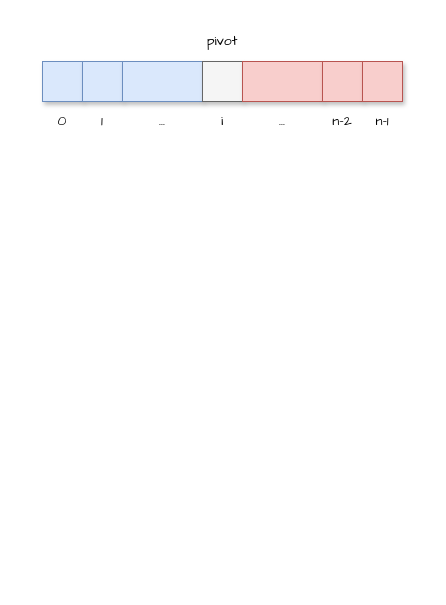
Above: draw.io/数组中的第K个最大元素.drawio in goldknife6/algorithm (draw.io), before the change. Source tidied: cells renumbered, new cells numbered last; positions are measured from the earlier drawing's top-left corner, leaving out a move shared by most shapes. Both pictures are drawn from the tidied source at 100%, with x=0, y=0 at pixel (42, 21).
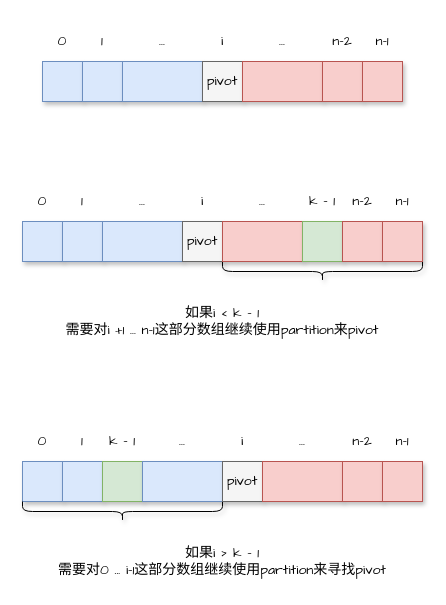
The same page after the edit.

Commit message (it also covers changes not shown here):
更新数组中的第K个最大元素.drawio

The edit, as a diff of the source:
```diff
@@
+    <mxCell id="17" style="rounded=0;whiteSpace=wrap;html=1;fillColor=#dae8fc;strokeColor=#6c8ebf;shadow=1;" parent="1" vertex="1">
+      <mxGeometry x="-20" y="440" width="40" height="40" as="geometry" />
+    </mxCell>
+    <mxCell id="18" style="rounded=0;whiteSpace=wrap;html=1;fillColor=#dae8fc;strokeColor=#6c8ebf;shadow=1;" parent="1" vertex="1">
+      <mxGeometry x="20" y="440" width="40" height="40" as="geometry" />
+    </mxCell>
+    <mxCell id="19" style="rounded=0;whiteSpace=wrap;html=1;fillColor=#d5e8d4;strokeColor=#82b366;shadow=1;" parent="1" vertex="1">
+      <mxGeometry x="60" y="440" width="40" height="40" as="geometry" />
+    </mxCell>
@@
-    <mxCell id="3" value="&lt;div class=&quot;okr-block-clipboard&quot;&gt;&lt;/div&gt;&lt;div&gt;&lt;font face=&quot;Comic Sans MS&quot; style=&quot;font-size: 14px&quot;&gt;pivot&lt;/font&gt;&lt;/div&gt;" style="text;html=1;strokeColor=none;fillColor=none;align=center;verticalAlign=middle;whiteSpace=wrap;rounded=0;shadow=1;" parent="1" vertex="1">
-      <mxGeometry x="160" width="40" height="40" as="geometry" />
-    </mxCell>
@@
     <mxCell id="10" value="0" style="text;html=1;strokeColor=none;fillColor=none;align=center;verticalAlign=middle;whiteSpace=wrap;rounded=0;shadow=1;fontFamily=Comic Sans MS;fontSize=14;" parent="1" vertex="1">
-      <mxGeometry y="80" width="40" height="40" as="geometry" />
+      <mxGeometry width="40" height="40" as="geometry" />
     </mxCell>
     <mxCell id="11" value="1" style="text;html=1;strokeColor=none;fillColor=none;align=center;verticalAlign=middle;whiteSpace=wrap;rounded=0;shadow=1;fontFamily=Comic Sans MS;fontSize=14;" parent="1" vertex="1">
-      <mxGeometry x="40" y="80" width="40" height="40" as="geometry" />
+      <mxGeometry x="40" width="40" height="40" as="geometry" />
     </mxCell>
     <mxCell id="12" value="..." style="text;html=1;strokeColor=none;fillColor=none;align=center;verticalAlign=middle;whiteSpace=wrap;rounded=0;shadow=1;fontFamily=Comic Sans MS;fontSize=14;" parent="1" vertex="1">
-      <mxGeometry x="80" y="80" width="80" height="40" as="geometry" />
+      <mxGeometry x="80" width="80" height="40" as="geometry" />
     </mxCell>
     <mxCell id="13" value="i" style="text;html=1;strokeColor=none;fillColor=none;align=center;verticalAlign=middle;whiteSpace=wrap;rounded=0;shadow=1;fontFamily=Comic Sans MS;fontSize=14;" parent="1" vertex="1">
-      <mxGeometry x="160" y="80" width="40" height="40" as="geometry" />
+      <mxGeometry x="160" width="40" height="40" as="geometry" />
     </mxCell>
     <mxCell id="14" value="..." style="text;html=1;strokeColor=none;fillColor=none;align=center;verticalAlign=middle;whiteSpace=wrap;rounded=0;shadow=1;fontFamily=Comic Sans MS;fontSize=14;" parent="1" vertex="1">
-      <mxGeometry x="200" y="80" width="80" height="40" as="geometry" />
+      <mxGeometry x="200" width="80" height="40" as="geometry" />
     </mxCell>
     <mxCell id="15" value="n-2" style="text;html=1;strokeColor=none;fillColor=none;align=center;verticalAlign=middle;whiteSpace=wrap;rounded=0;shadow=1;fontFamily=Comic Sans MS;fontSize=14;" parent="1" vertex="1">
-      <mxGeometry x="280" y="80" width="40" height="40" as="geometry" />
+      <mxGeometry x="280" width="40" height="40" as="geometry" />
     </mxCell>
     <mxCell id="16" value="n-1" style="text;html=1;strokeColor=none;fillColor=none;align=center;verticalAlign=middle;whiteSpace=wrap;rounded=0;shadow=1;fontFamily=Comic Sans MS;fontSize=14;" parent="1" vertex="1">
-      <mxGeometry x="320" y="80" width="40" height="40" as="geometry" />
+      <mxGeometry x="320" width="40" height="40" as="geometry" />
     </mxCell>
+    <mxCell id="3" value="&lt;div class=&quot;okr-block-clipboard&quot;&gt;&lt;/div&gt;&lt;div&gt;&lt;font face=&quot;Comic Sans MS&quot; style=&quot;font-size: 14px&quot;&gt;pivot&lt;/font&gt;&lt;/div&gt;" style="text;html=1;strokeColor=none;fillColor=none;align=center;verticalAlign=middle;whiteSpace=wrap;rounded=0;shadow=1;" parent="1" vertex="1">
+      <mxGeometry x="160" y="40" width="40" height="40" as="geometry" />
+    </mxCell>
+    <mxCell id="20" style="shape=curlyBracket;whiteSpace=wrap;html=1;rounded=1;shadow=1;fontFamily=Comic Sans MS;fontSize=14;rotation=-90;" parent="1" vertex="1">
+      <mxGeometry x="270" y="150" width="20" height="200" as="geometry" />
+    </mxCell>
+    <mxCell id="21" value="如果i &amp;lt; k - 1&lt;br&gt;需要对i +1 ... n-1这部分数组继续使用&lt;span&gt;partition来&lt;/span&gt;pivot&lt;div class=&quot;okr-block-clipboard&quot;&gt;&lt;/div&gt;" style="text;html=1;strokeColor=none;fillColor=none;align=center;verticalAlign=middle;whiteSpace=wrap;rounded=0;shadow=1;fontFamily=Comic Sans MS;fontSize=14;" parent="1" vertex="1">
+      <mxGeometry x="-20" y="280" width="400" height="40" as="geometry" />
+    </mxCell>
+    <mxCell id="22" style="rounded=0;whiteSpace=wrap;html=1;fillColor=#dae8fc;strokeColor=#6c8ebf;shadow=1;" parent="1" vertex="1">
+      <mxGeometry x="-20" y="200" width="40" height="40" as="geometry" />
+    </mxCell>
+    <mxCell id="23" style="rounded=0;whiteSpace=wrap;html=1;fillColor=#dae8fc;strokeColor=#6c8ebf;shadow=1;" parent="1" vertex="1">
+      <mxGeometry x="20" y="200" width="40" height="40" as="geometry" />
+    </mxCell>
+    <mxCell id="24" style="rounded=0;whiteSpace=wrap;html=1;fillColor=#dae8fc;strokeColor=#6c8ebf;shadow=1;" parent="1" vertex="1">
+      <mxGeometry x="60" y="200" width="80" height="40" as="geometry" />
+    </mxCell>
+    <mxCell id="25" style="rounded=0;whiteSpace=wrap;html=1;fillColor=#f5f5f5;fontColor=#333333;strokeColor=#666666;shadow=1;" parent="1" vertex="1">
+      <mxGeometry x="140" y="200" width="40" height="40" as="geometry" />
+    </mxCell>
+    <mxCell id="26" style="rounded=0;whiteSpace=wrap;html=1;fillColor=#f8cecc;strokeColor=#b85450;shadow=1;" parent="1" vertex="1">
+      <mxGeometry x="180" y="200" width="80" height="40" as="geometry" />
+    </mxCell>
+    <mxCell id="27" value="0" style="text;html=1;strokeColor=none;fillColor=none;align=center;verticalAlign=middle;whiteSpace=wrap;rounded=0;shadow=1;fontFamily=Comic Sans MS;fontSize=14;" parent="1" vertex="1">
+      <mxGeometry x="-20" y="160" width="40" height="40" as="geometry" />
+    </mxCell>
+    <mxCell id="28" value="1" style="text;html=1;strokeColor=none;fillColor=none;align=center;verticalAlign=middle;whiteSpace=wrap;rounded=0;shadow=1;fontFamily=Comic Sans MS;fontSize=14;" parent="1" vertex="1">
+      <mxGeometry x="20" y="160" width="40" height="40" as="geometry" />
+    </mxCell>
+    <mxCell id="29" value="..." style="text;html=1;strokeColor=none;fillColor=none;align=center;verticalAlign=middle;whiteSpace=wrap;rounded=0;shadow=1;fontFamily=Comic Sans MS;fontSize=14;" parent="1" vertex="1">
+      <mxGeometry x="60" y="160" width="80" height="40" as="geometry" />
+    </mxCell>
+    <mxCell id="30" value="i" style="text;html=1;strokeColor=none;fillColor=none;align=center;verticalAlign=middle;whiteSpace=wrap;rounded=0;shadow=1;fontFamily=Comic Sans MS;fontSize=14;" parent="1" vertex="1">
+      <mxGeometry x="140" y="160" width="40" height="40" as="geometry" />
+    </mxCell>
+    <mxCell id="31" value="..." style="text;html=1;strokeColor=none;fillColor=none;align=center;verticalAlign=middle;whiteSpace=wrap;rounded=0;shadow=1;fontFamily=Comic Sans MS;fontSize=14;" parent="1" vertex="1">
+      <mxGeometry x="180" y="160" width="80" height="40" as="geometry" />
+    </mxCell>
+    <mxCell id="32" value="n-2" style="text;html=1;strokeColor=none;fillColor=none;align=center;verticalAlign=middle;whiteSpace=wrap;rounded=0;shadow=1;fontFamily=Comic Sans MS;fontSize=14;" parent="1" vertex="1">
+      <mxGeometry x="300" y="160" width="40" height="40" as="geometry" />
+    </mxCell>
+    <mxCell id="33" value="n-1" style="text;html=1;strokeColor=none;fillColor=none;align=center;verticalAlign=middle;whiteSpace=wrap;rounded=0;shadow=1;fontFamily=Comic Sans MS;fontSize=14;" parent="1" vertex="1">
+      <mxGeometry x="340" y="160" width="40" height="40" as="geometry" />
+    </mxCell>
+    <mxCell id="34" value="&lt;div class=&quot;okr-block-clipboard&quot;&gt;&lt;/div&gt;&lt;div&gt;&lt;font face=&quot;Comic Sans MS&quot; style=&quot;font-size: 14px&quot;&gt;pivot&lt;/font&gt;&lt;/div&gt;" style="text;html=1;strokeColor=none;fillColor=none;align=center;verticalAlign=middle;whiteSpace=wrap;rounded=0;shadow=1;" parent="1" vertex="1">
+      <mxGeometry x="140" y="200" width="40" height="40" as="geometry" />
+    </mxCell>
+    <mxCell id="35" style="rounded=0;whiteSpace=wrap;html=1;fillColor=#d5e8d4;strokeColor=#82b366;shadow=1;" parent="1" vertex="1">
+      <mxGeometry x="260" y="200" width="40" height="40" as="geometry" />
+    </mxCell>
+    <mxCell id="36" style="rounded=0;whiteSpace=wrap;html=1;fillColor=#f8cecc;strokeColor=#b85450;shadow=1;" parent="1" vertex="1">
+      <mxGeometry x="300" y="200" width="40" height="40" as="geometry" />
+    </mxCell>
+    <mxCell id="37" style="rounded=0;whiteSpace=wrap;html=1;fillColor=#f8cecc;strokeColor=#b85450;shadow=1;" parent="1" vertex="1">
+      <mxGeometry x="340" y="200" width="40" height="40" as="geometry" />
+    </mxCell>
+    <mxCell id="38" value="k - 1" style="text;html=1;strokeColor=none;fillColor=none;align=center;verticalAlign=middle;whiteSpace=wrap;rounded=0;shadow=1;fontFamily=Comic Sans MS;fontSize=14;" parent="1" vertex="1">
+      <mxGeometry x="260" y="160" width="40" height="40" as="geometry" />
+    </mxCell>
+    <mxCell id="39" style="shape=curlyBracket;whiteSpace=wrap;html=1;rounded=1;shadow=1;fontFamily=Comic Sans MS;fontSize=14;rotation=-90;" parent="1" vertex="1">
+      <mxGeometry x="70" y="390" width="20" height="200" as="geometry" />
+    </mxCell>
+    <mxCell id="40" value="如果i &amp;gt; k - 1&lt;br&gt;需要对0 ... i-1这部分数组继续使用&lt;span&gt;partition来寻找&lt;/span&gt;pivot&lt;div class=&quot;okr-block-clipboard&quot;&gt;&lt;/div&gt;" style="text;html=1;strokeColor=none;fillColor=none;align=center;verticalAlign=middle;whiteSpace=wrap;rounded=0;shadow=1;fontFamily=Comic Sans MS;fontSize=14;" parent="1" vertex="1">
+      <mxGeometry x="-20" y="520" width="400" height="40" as="geometry" />
+    </mxCell>
+    <mxCell id="41" style="rounded=0;whiteSpace=wrap;html=1;fillColor=#dae8fc;strokeColor=#6c8ebf;shadow=1;" parent="1" vertex="1">
+      <mxGeometry x="100" y="440" width="80" height="40" as="geometry" />
+    </mxCell>
+    <mxCell id="42" style="rounded=0;whiteSpace=wrap;html=1;fillColor=#f5f5f5;fontColor=#333333;strokeColor=#666666;shadow=1;" parent="1" vertex="1">
+      <mxGeometry x="180" y="440" width="40" height="40" as="geometry" />
+    </mxCell>
+    <mxCell id="43" style="rounded=0;whiteSpace=wrap;html=1;fillColor=#f8cecc;strokeColor=#b85450;shadow=1;" parent="1" vertex="1">
+      <mxGeometry x="220" y="440" width="80" height="40" as="geometry" />
+    </mxCell>
+    <mxCell id="44" value="0" style="text;html=1;strokeColor=none;fillColor=none;align=center;verticalAlign=middle;whiteSpace=wrap;rounded=0;shadow=1;fontFamily=Comic Sans MS;fontSize=14;" parent="1" vertex="1">
+      <mxGeometry x="-20" y="400" width="40" height="40" as="geometry" />
+    </mxCell>
+    <mxCell id="45" value="1" style="text;html=1;strokeColor=none;fillColor=none;align=center;verticalAlign=middle;whiteSpace=wrap;rounded=0;shadow=1;fontFamily=Comic Sans MS;fontSize=14;" parent="1" vertex="1">
+      <mxGeometry x="20" y="400" width="40" height="40" as="geometry" />
+    </mxCell>
+    <mxCell id="46" value="..." style="text;html=1;strokeColor=none;fillColor=none;align=center;verticalAlign=middle;whiteSpace=wrap;rounded=0;shadow=1;fontFamily=Comic Sans MS;fontSize=14;" parent="1" vertex="1">
+      <mxGeometry x="100" y="400" width="80" height="40" as="geometry" />
+    </mxCell>
+    <mxCell id="47" value="i" style="text;html=1;strokeColor=none;fillColor=none;align=center;verticalAlign=middle;whiteSpace=wrap;rounded=0;shadow=1;fontFamily=Comic Sans MS;fontSize=14;" parent="1" vertex="1">
+      <mxGeometry x="180" y="400" width="40" height="40" as="geometry" />
+    </mxCell>
+    <mxCell id="48" value="..." style="text;html=1;strokeColor=none;fillColor=none;align=center;verticalAlign=middle;whiteSpace=wrap;rounded=0;shadow=1;fontFamily=Comic Sans MS;fontSize=14;" parent="1" vertex="1">
+      <mxGeometry x="220" y="400" width="80" height="40" as="geometry" />
+    </mxCell>
+    <mxCell id="49" value="n-2" style="text;html=1;strokeColor=none;fillColor=none;align=center;verticalAlign=middle;whiteSpace=wrap;rounded=0;shadow=1;fontFamily=Comic Sans MS;fontSize=14;" parent="1" vertex="1">
+      <mxGeometry x="300" y="400" width="40" height="40" as="geometry" />
+    </mxCell>
+    <mxCell id="50" value="n-1" style="text;html=1;strokeColor=none;fillColor=none;align=center;verticalAlign=middle;whiteSpace=wrap;rounded=0;shadow=1;fontFamily=Comic Sans MS;fontSize=14;" parent="1" vertex="1">
+      <mxGeometry x="340" y="400" width="40" height="40" as="geometry" />
+    </mxCell>
+    <mxCell id="51" value="&lt;div class=&quot;okr-block-clipboard&quot;&gt;&lt;/div&gt;&lt;div&gt;&lt;font face=&quot;Comic Sans MS&quot; style=&quot;font-size: 14px&quot;&gt;pivot&lt;/font&gt;&lt;/div&gt;" style="text;html=1;strokeColor=none;fillColor=none;align=center;verticalAlign=middle;whiteSpace=wrap;rounded=0;shadow=1;" parent="1" vertex="1">
+      <mxGeometry x="180" y="440" width="40" height="40" as="geometry" />
+    </mxCell>
+    <mxCell id="52" style="rounded=0;whiteSpace=wrap;html=1;fillColor=#f8cecc;strokeColor=#b85450;shadow=1;" parent="1" vertex="1">
+      <mxGeometry x="300" y="440" width="40" height="40" as="geometry" />
+    </mxCell>
+    <mxCell id="53" style="rounded=0;whiteSpace=wrap;html=1;fillColor=#f8cecc;strokeColor=#b85450;shadow=1;" parent="1" vertex="1">
+      <mxGeometry x="340" y="440" width="40" height="40" as="geometry" />
+    </mxCell>
+    <mxCell id="54" value="k - 1" style="text;html=1;strokeColor=none;fillColor=none;align=center;verticalAlign=middle;whiteSpace=wrap;rounded=0;shadow=1;fontFamily=Comic Sans MS;fontSize=14;" parent="1" vertex="1">
+      <mxGeometry x="60" y="400" width="40" height="40" as="geometry" />
+    </mxCell>
```
